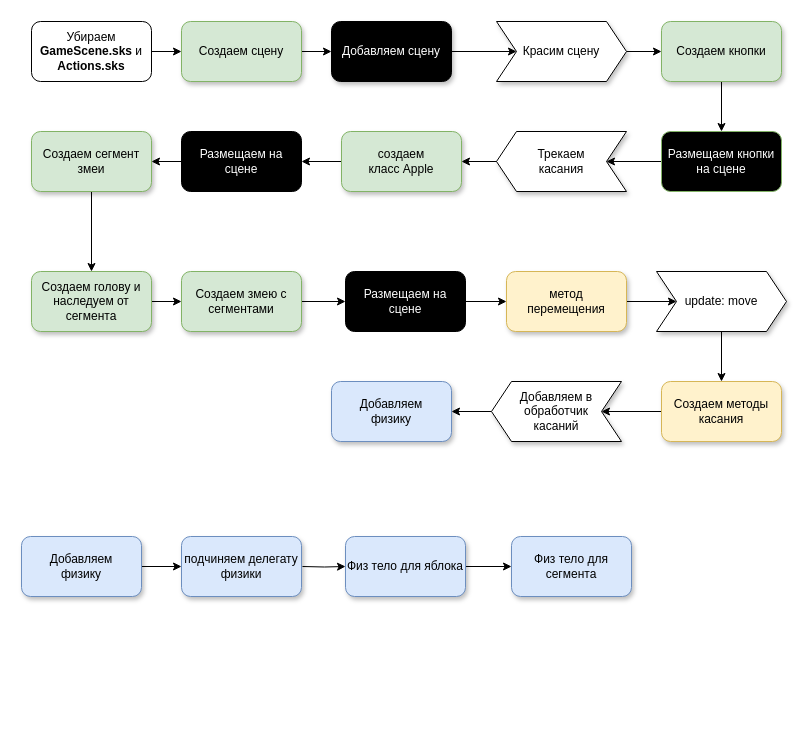
Earlier version of the draw.io diagram Untitled Diagram.drawio (Leonif/diagrams). Source tidied: cells renumbered, new cells numbered last; positions are measured from the earlier drawing's top-left corner, leaving out a move shared by most shapes. Both pictures are drawn from the tidied source at 100%, with x=0, y=0 at pixel (21, 21).
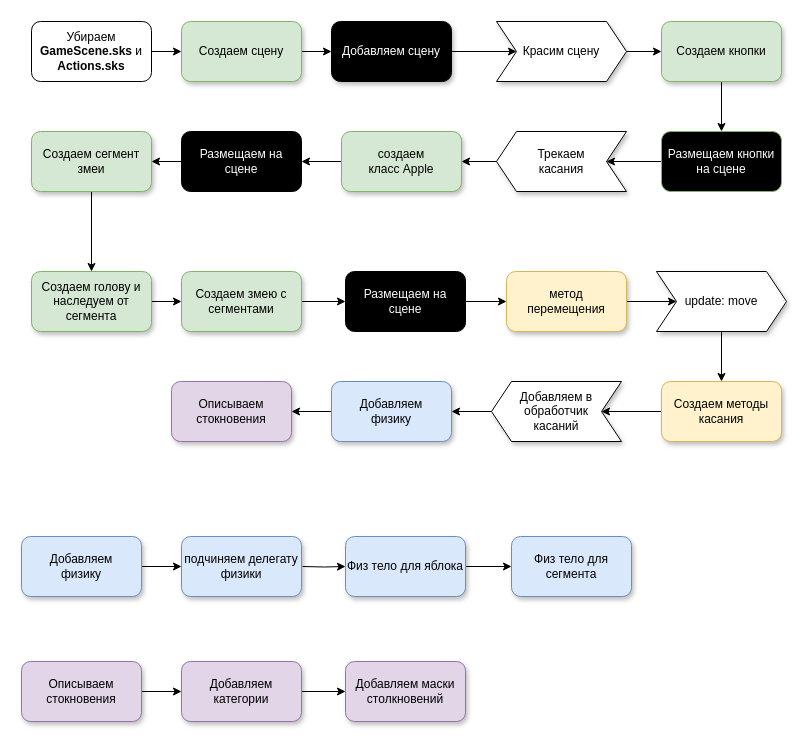
The same page after the edit.

Unchanged cells that the change refers to:
```xml
<mxCell id="36" value="&lt;div&gt;Добавляем &lt;br&gt;&lt;/div&gt;&lt;div&gt;физику&lt;br&gt;&lt;/div&gt;" style="whiteSpace=wrap;html=1;rounded=1;shadow=1;strokeColor=#6c8ebf;fillColor=#dae8fc;" parent="1" vertex="1">
  <mxGeometry x="310" y="360" width="120" height="60" as="geometry" />
</mxCell>
```

What changed in the source:
```diff
@@
+    <mxCell id="44" style="edgeStyle=orthogonalEdgeStyle;rounded=0;jettySize=auto;html=1;" parent="1" edge="1" source="36" target="45">
+      <mxGeometry relative="1" as="geometry" />
+    </mxCell>
@@
+    <mxCell id="45" value="Описываем стокновения" style="whiteSpace=wrap;html=1;rounded=1;shadow=1;strokeColor=#9673a6;fillColor=#e1d5e7;" parent="1" vertex="1">
+      <mxGeometry x="150" y="360" width="120" height="60" as="geometry" />
+    </mxCell>
+    <mxCell id="46" style="edgeStyle=orthogonalEdgeStyle;rounded=0;jettySize=auto;html=1;" parent="1" edge="1" source="47" target="49">
+      <mxGeometry relative="1" as="geometry" />
+    </mxCell>
+    <mxCell id="47" value="Описываем стокновения" style="whiteSpace=wrap;html=1;rounded=1;shadow=1;strokeColor=#9673a6;fillColor=#e1d5e7;" parent="1" vertex="1">
+      <mxGeometry y="640" width="120" height="60" as="geometry" />
+    </mxCell>
+    <mxCell id="48" style="edgeStyle=orthogonalEdgeStyle;rounded=0;jettySize=auto;html=1;" parent="1" edge="1" source="49" target="50">
+      <mxGeometry relative="1" as="geometry" />
+    </mxCell>
+    <mxCell id="49" value="Добавляем категории" style="whiteSpace=wrap;html=1;rounded=1;shadow=1;strokeColor=#9673a6;fillColor=#e1d5e7;" parent="1" vertex="1">
+      <mxGeometry x="160" y="640" width="120" height="60" as="geometry" />
+    </mxCell>
+    <mxCell id="50" value="Добавляем маски столкновений" style="whiteSpace=wrap;html=1;rounded=1;shadow=1;strokeColor=#9673a6;fillColor=#e1d5e7;" parent="1" vertex="1">
+      <mxGeometry x="324" y="640" width="120" height="60" as="geometry" />
+    </mxCell>
```
